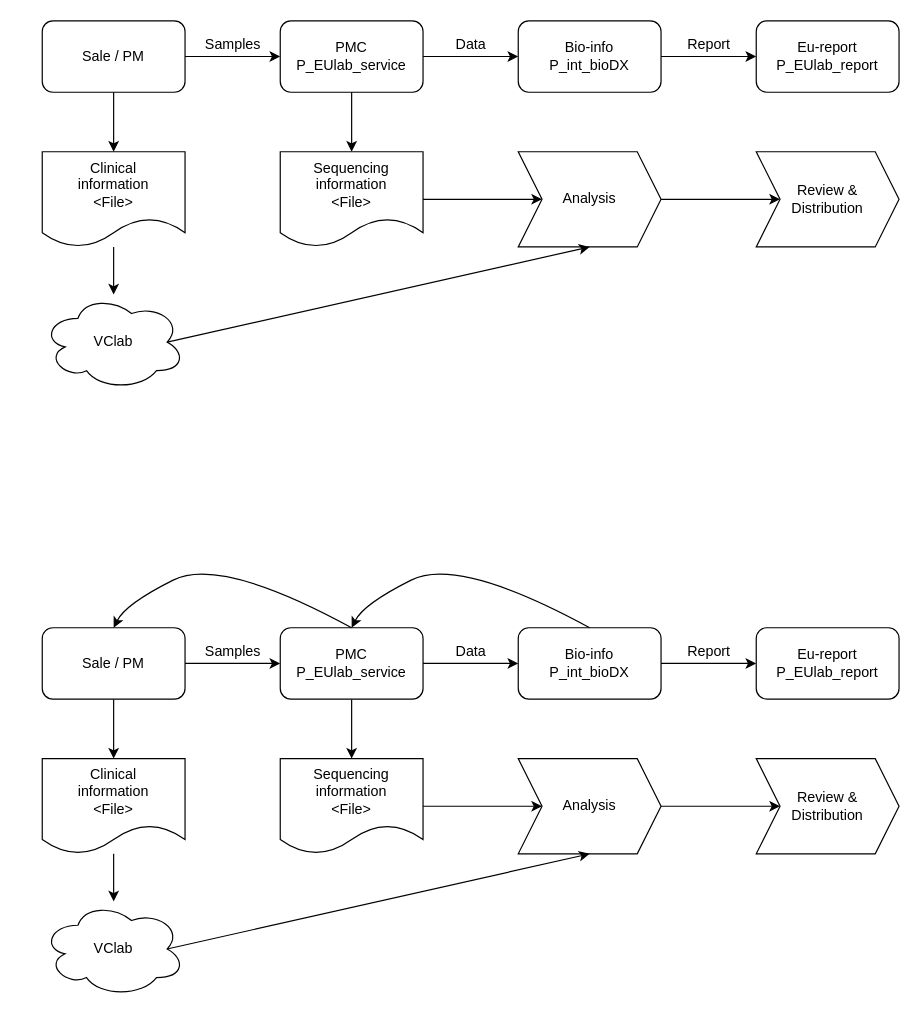
Above: 未命名绘图.drawio in WilliamCharlieBlue/DrawIO (draw.io), before the change. Source tidied: cells renumbered, new cells numbered last; positions are measured from the earlier drawing's top-left corner, leaving out a move shared by most shapes. Both pictures are drawn from the tidied source at 119%, with x=0, y=0 at pixel (42, 20).
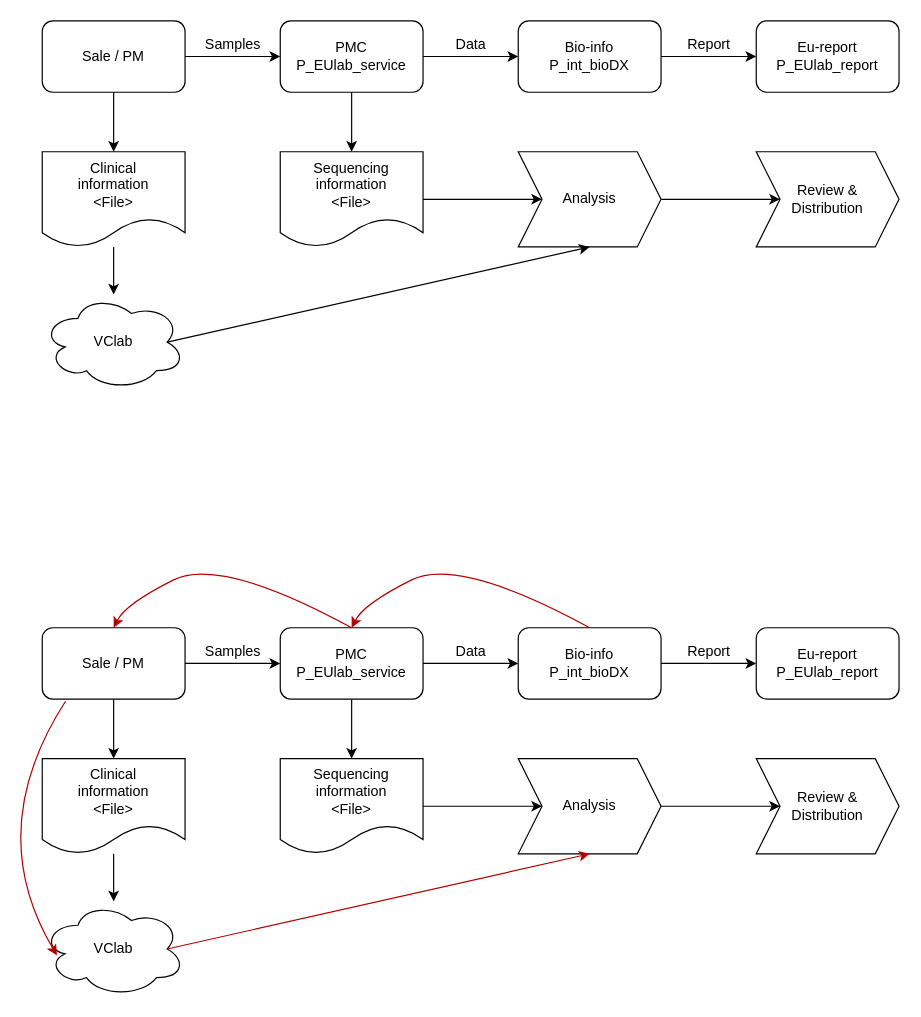
The same diagram, later.

Commit message:
更新未命名绘图.drawio

Unchanged cells that the change refers to:
```xml
<mxCell id="25" value="Sale / PM" style="rounded=1;whiteSpace=wrap;html=1;" parent="1" vertex="1">
  <mxGeometry y="510" width="120" height="60" as="geometry" />
</mxCell>
<mxCell id="28" value="PMC&lt;br&gt;P_EUlab_service" style="rounded=1;whiteSpace=wrap;html=1;" parent="1" vertex="1">
  <mxGeometry x="200" y="510" width="120" height="60" as="geometry" />
</mxCell>
<mxCell id="30" value="Bio-info&lt;br&gt;P_int_bioDX" style="rounded=1;whiteSpace=wrap;html=1;" parent="1" vertex="1">
  <mxGeometry x="400" y="510" width="120" height="60" as="geometry" />
</mxCell>
<mxCell id="36" value="VClab" style="ellipse;shape=cloud;whiteSpace=wrap;html=1;" parent="1" vertex="1">
  <mxGeometry y="740" width="120" height="80" as="geometry" />
</mxCell>
<mxCell id="38" value="Analysis" style="shape=step;perimeter=stepPerimeter;whiteSpace=wrap;html=1;fixedSize=1;" parent="1" vertex="1">
  <mxGeometry x="400" y="620" width="120" height="80" as="geometry" />
</mxCell>
```

The edit, as a diff of the source:
```diff
@@
-    <mxCell id="39" style="endArrow=classic;html=1;rounded=0;exitX=0.875;exitY=0.5;exitDx=0;exitDy=0;exitPerimeter=0;entryX=0.5;entryY=1;entryDx=0;entryDy=0;" parent="1" edge="1" source="36" target="38">
+    <mxCell id="39" style="endArrow=classic;html=1;rounded=0;exitX=0.875;exitY=0.5;exitDx=0;exitDy=0;exitPerimeter=0;entryX=0.5;entryY=1;entryDx=0;entryDy=0;fillColor=#e51400;strokeColor=#B20000;" parent="1" edge="1" source="36" target="38">
       <mxGeometry relative="1" as="geometry" />
     </mxCell>
@@
-    <mxCell id="44" style="curved=1;endArrow=classic;html=1;rounded=0;exitX=0.5;exitY=0;exitDx=0;exitDy=0;entryX=0.5;entryY=0;entryDx=0;entryDy=0;" parent="1" edge="1" source="30" target="28">
+    <mxCell id="44" style="curved=1;endArrow=classic;html=1;rounded=0;exitX=0.5;exitY=0;exitDx=0;exitDy=0;entryX=0.5;entryY=0;entryDx=0;entryDy=0;fillColor=#e51400;strokeColor=#B20000;" parent="1" edge="1" source="30" target="28">
       <mxGeometry relative="1" as="geometry">
         <Array as="points">
           <mxPoint x="350" y="450" />
           <mxPoint x="270" y="490" />
         </Array>
       </mxGeometry>
     </mxCell>
-    <mxCell id="45" style="curved=1;endArrow=classic;html=1;rounded=0;exitX=0.5;exitY=0;exitDx=0;exitDy=0;entryX=0.5;entryY=0;entryDx=0;entryDy=0;" parent="1" edge="1">
+    <mxCell id="45" style="curved=1;endArrow=classic;html=1;rounded=0;exitX=0.5;exitY=0;exitDx=0;exitDy=0;entryX=0.5;entryY=0;entryDx=0;entryDy=0;fillColor=#e51400;strokeColor=#B20000;" parent="1" edge="1">
       <mxGeometry relative="1" as="geometry">
         <mxPoint x="260" y="510" as="sourcePoint" />
         <mxPoint x="60" y="510" as="targetPoint" />
         <Array as="points">
           <mxPoint x="150" y="450" />
           <mxPoint x="70" y="490" />
         </Array>
       </mxGeometry>
     </mxCell>
+    <mxCell id="46" style="curved=1;endArrow=classic;html=1;rounded=0;entryX=0.103;entryY=0.567;entryDx=0;entryDy=0;entryPerimeter=0;exitX=0.163;exitY=1.03;exitDx=0;exitDy=0;exitPerimeter=0;fillColor=#e51400;strokeColor=#B20000;" parent="1" edge="1" source="25" target="36">
+      <mxGeometry relative="1" as="geometry">
+        <Array as="points">
+          <mxPoint x="-50" y="680" />
+        </Array>
+      </mxGeometry>
+    </mxCell>
```
